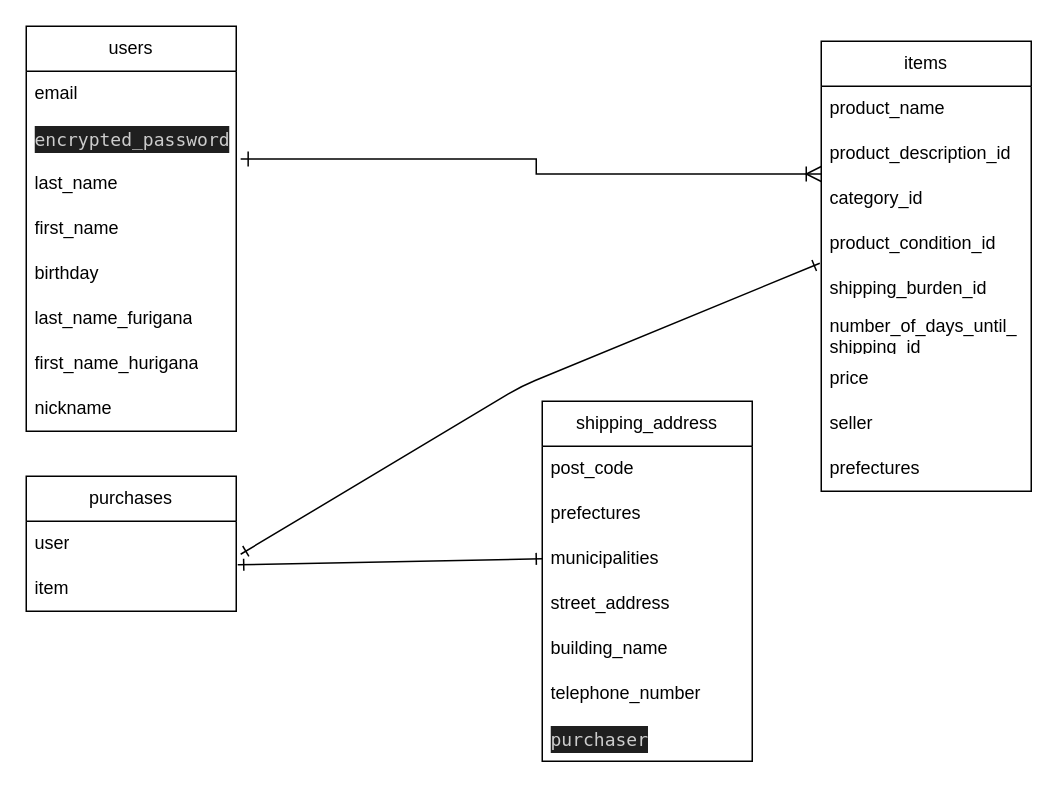
Above: app/views/test.dio in nagano19840910/furima-40222 (draw.io), before the change. Source tidied: cells renumbered, new cells numbered last; positions are measured from the earlier drawing's top-left corner, leaving out a move shared by most shapes. Both pictures are drawn from the tidied source at 150%, with x=0, y=0 at pixel (26, 26).
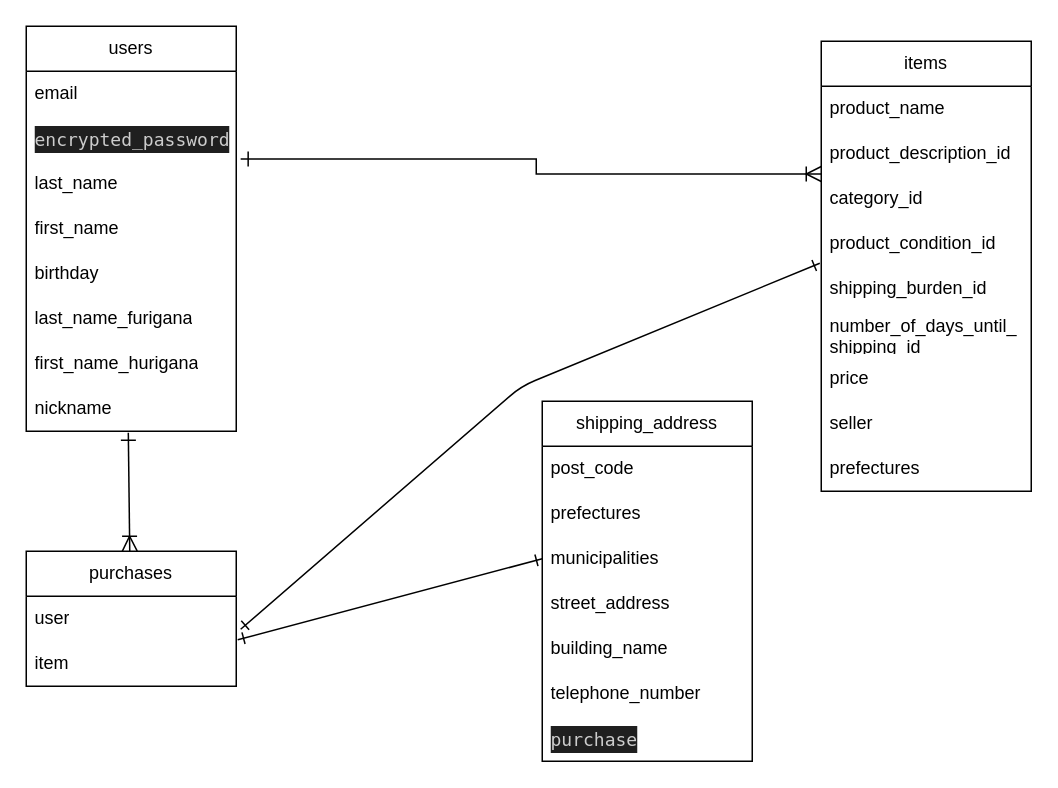
Above is the later version.

Commit message (it also covers changes not shown here):
データベースコミット８

The change refers to these unchanged cells:
```xml
<mxCell id="10" value="nickname" style="text;strokeColor=none;fillColor=none;align=left;verticalAlign=middle;spacingLeft=4;spacingRight=4;overflow=hidden;points=[[0,0.5],[1,0.5]];portConstraint=eastwest;whiteSpace=wrap;html=1;" parent="2" vertex="1">
  <mxGeometry y="240" width="140" height="30" as="geometry" />
</mxCell>
<mxCell id="26" value="shipping_address" style="swimlane;fontStyle=0;horizontal=1;startSize=30;whiteSpace=wrap;html=1;" parent="1" vertex="1">
  <mxGeometry x="344" y="250" width="140" height="240" as="geometry" />
</mxCell>
```

Change to the diagram source:
```diff
@@
     <mxCell id="22" value="purchases" style="swimlane;fontStyle=0;horizontal=1;startSize=30;whiteSpace=wrap;html=1;" parent="1" vertex="1">
-      <mxGeometry y="300" width="140" height="90" as="geometry" />
+      <mxGeometry y="350" width="140" height="90" as="geometry" />
     </mxCell>
@@
-    <mxCell id="33" value="&lt;div style=&quot;color: rgb(204, 204, 204); background-color: rgb(31, 31, 31); font-family: Menlo, Monaco, &amp;quot;Courier New&amp;quot;, monospace; line-height: 18px;&quot;&gt;purchaser&lt;/div&gt;" style="text;strokeColor=none;fillColor=none;align=left;verticalAlign=middle;spacingLeft=4;spacingRight=4;overflow=hidden;whiteSpace=wrap;html=1;" parent="26" vertex="1">
+    <mxCell id="33" value="&lt;div style=&quot;color: rgb(204, 204, 204); background-color: rgb(31, 31, 31); font-family: Menlo, Monaco, &amp;quot;Courier New&amp;quot;, monospace; line-height: 18px;&quot;&gt;purchase&lt;/div&gt;" style="text;strokeColor=none;fillColor=none;align=left;verticalAlign=middle;spacingLeft=4;spacingRight=4;overflow=hidden;whiteSpace=wrap;html=1;" parent="26" vertex="1">
       <mxGeometry y="210" width="140" height="30" as="geometry" />
     </mxCell>
@@
+    <mxCell id="35" style="edgeStyle=elbowEdgeStyle;elbow=horizontal;endArrow=ERoneToMany;html=1;curved=0;rounded=0;endSize=8;startSize=8;endFill=0;startArrow=ERone;startFill=0;exitX=0.486;exitY=1.033;exitDx=0;exitDy=0;exitPerimeter=0;" parent="1" edge="1" source="10">
+      <mxGeometry relative="1" as="geometry">
+        <mxPoint x="69.5" y="350" as="targetPoint" />
+      </mxGeometry>
+    </mxCell>
```
